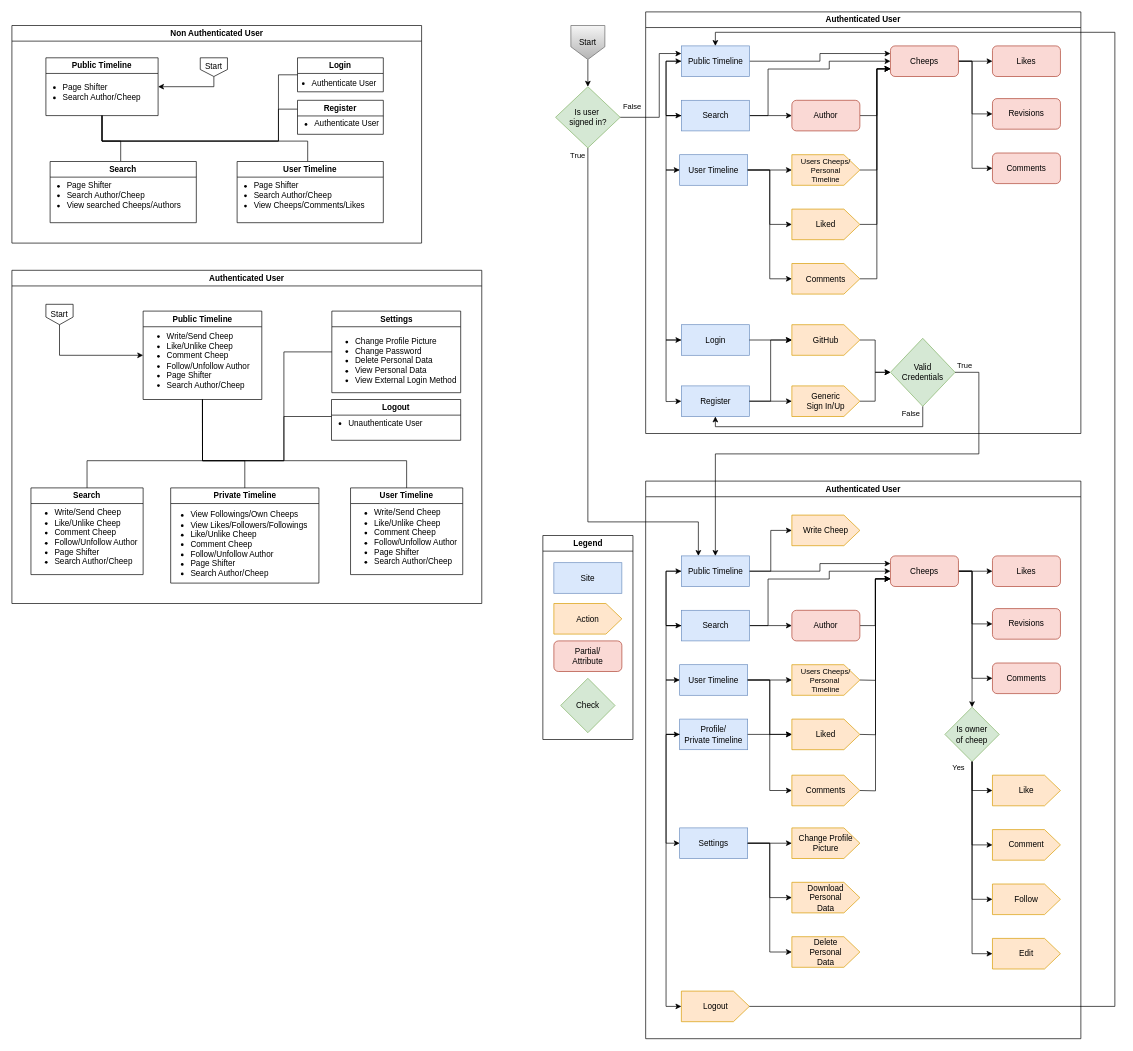
The draw.io diagram docs/diagrams/drawio/UserAcitvityChirp.drawio.xml in ITU-BDSA2024-GROUP17/Chirp, before the edit. Source tidied: cells renumbered, new cells numbered last; positions are measured from the earlier drawing's top-left corner, leaving out a move shared by most shapes. Both pictures are drawn from the tidied source at 68%, with x=0, y=0 at pixel (12, 12).
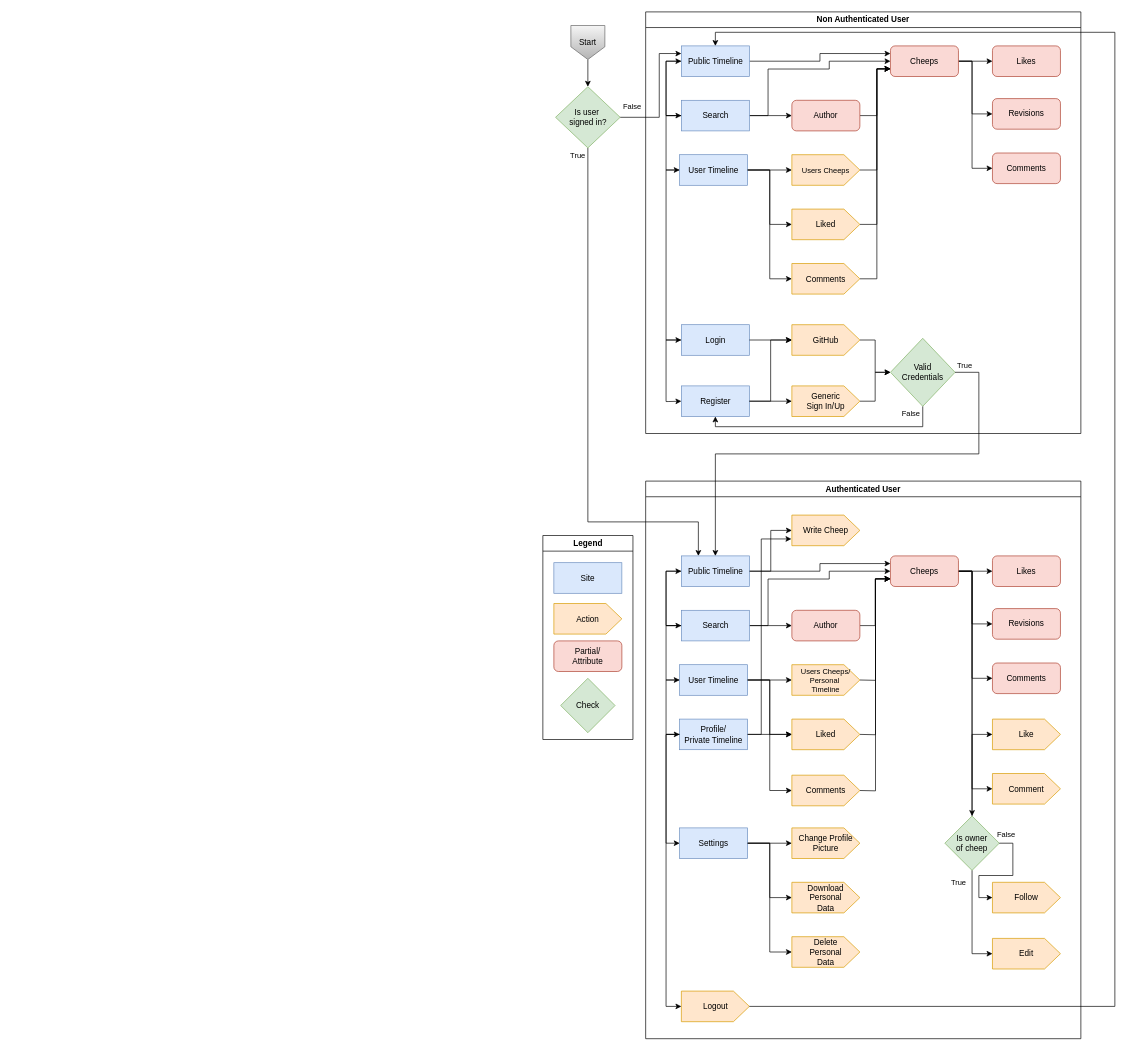
The same diagram, later.

Commit message (it also covers changes not shown here):
updated wrongful diagram

Unchanged cells that the change refers to:
```xml
<mxCell id="44" value="Authenticated User" style="swimlane;whiteSpace=wrap;html=1;" parent="1" vertex="1">
  <mxGeometry x="932" y="690" width="640" height="820" as="geometry" />
</mxCell>
<mxCell id="55" value="Cheeps" style="rounded=1;whiteSpace=wrap;html=1;fillColor=#fad9d5;strokeColor=#ae4132;" parent="44" vertex="1">
  <mxGeometry x="360" y="110" width="100" height="45" as="geometry" />
</mxCell>
<mxCell id="57" value="Profile/&lt;div&gt;Private Timeline&lt;/div&gt;" style="rounded=0;whiteSpace=wrap;html=1;fillColor=#dae8fc;strokeColor=#6c8ebf;" parent="44" vertex="1">
  <mxGeometry x="50" y="350" width="100" height="45" as="geometry" />
</mxCell>
<mxCell id="68" value="Edit" style="shape=singleArrow;whiteSpace=wrap;html=1;arrowWidth=1;arrowSize=0.23466601562500045;fillColor=#ffe6cc;strokeColor=#d79b00;" parent="44" vertex="1">
  <mxGeometry x="510" y="672.5" width="100" height="45" as="geometry" />
</mxCell>
<mxCell id="71" value="Write Cheep" style="shape=singleArrow;whiteSpace=wrap;html=1;arrowWidth=1;arrowSize=0.23466601562500045;fillColor=#ffe6cc;strokeColor=#d79b00;" parent="44" vertex="1">
  <mxGeometry x="215" y="50" width="100" height="45" as="geometry" />
</mxCell>
```

Change to the diagram source:
```diff
@@
-    <mxCell id="2" value="Non Authenticated User" style="swimlane;whiteSpace=wrap;html=1;" parent="1" vertex="1">
-      <mxGeometry y="20" width="602.5" height="320" as="geometry" />
-    </mxCell>
-    <mxCell id="3" value="Public Timeline" style="swimlane;whiteSpace=wrap;html=1;" parent="2" vertex="1">
-      <mxGeometry x="50" y="47.5" width="165" height="85" as="geometry" />
-    </mxCell>
-    <mxCell id="4" value="&lt;ul&gt;&lt;li&gt;Page Shifter&lt;/li&gt;&lt;li&gt;Search Author/Cheep&lt;/li&gt;&lt;/ul&gt;" style="text;html=1;align=left;verticalAlign=middle;strokeColor=none;fillColor=none;spacing=0;" parent="3" vertex="1">
-      <mxGeometry x="-15" y="20" width="170" height="60" as="geometry" />
-    </mxCell>
-    <mxCell id="5" style="edgeStyle=orthogonalEdgeStyle;rounded=0;jettySize=auto;html=1;entryX=0.5;entryY=1;entryDx=0;entryDy=0;endArrow=none;endFill=0;" parent="2" edge="1" source="6" target="3">
-      <mxGeometry relative="1" as="geometry">
-        <Array as="points">
-          <mxPoint x="392" y="123" />
-          <mxPoint x="392" y="170" />
-          <mxPoint x="133" y="170" />
-        </Array>
-      </mxGeometry>
-    </mxCell>
-    <mxCell id="6" value="Register" style="swimlane;whiteSpace=wrap;html=1;" parent="2" vertex="1">
-      <mxGeometry x="420" y="110" width="126.2" height="50" as="geometry" />
-    </mxCell>
-    <mxCell id="7" value="&lt;ul&gt;&lt;li&gt;&lt;span style=&quot;background-color: initial;&quot;&gt;Authenticate User&lt;/span&gt;&lt;/li&gt;&lt;/ul&gt;" style="text;html=1;align=left;verticalAlign=middle;strokeColor=none;fillColor=none;spacing=0;" parent="6" vertex="1">
-      <mxGeometry x="-15.5" y="10" width="150" height="50" as="geometry" />
-    </mxCell>
-    <mxCell id="8" style="edgeStyle=orthogonalEdgeStyle;rounded=0;jettySize=auto;html=1;entryX=0.5;entryY=1;entryDx=0;entryDy=0;endArrow=none;endFill=0;" parent="2" edge="1" source="9" target="3">
-      <mxGeometry relative="1" as="geometry">
-        <Array as="points">
-          <mxPoint x="160" y="170" />
-          <mxPoint x="133" y="170" />
-        </Array>
-      </mxGeometry>
-    </mxCell>
-    <mxCell id="9" value="Search" style="swimlane;whiteSpace=wrap;html=1;" parent="2" vertex="1">
-      <mxGeometry x="56.2" y="200" width="215" height="90" as="geometry" />
-    </mxCell>
-    <mxCell id="10" value="&lt;ul&gt;&lt;li&gt;Page Shifter&lt;/li&gt;&lt;li&gt;Search Author/Cheep&lt;/li&gt;&lt;li&gt;View searched Cheeps/Authors&lt;/li&gt;&lt;/ul&gt;" style="text;html=1;align=left;verticalAlign=middle;strokeColor=none;fillColor=none;spacing=0;" parent="9" vertex="1">
-      <mxGeometry x="-15" y="10" width="230" height="80" as="geometry" />
-    </mxCell>
-    <mxCell id="11" style="edgeStyle=orthogonalEdgeStyle;rounded=0;jettySize=auto;html=1;entryX=0.5;entryY=1;entryDx=0;entryDy=0;endArrow=none;endFill=0;" parent="2" edge="1" source="12" target="3">
-      <mxGeometry relative="1" as="geometry">
-        <Array as="points">
-          <mxPoint x="435" y="170" />
-          <mxPoint x="133" y="170" />
-        </Array>
-      </mxGeometry>
-    </mxCell>
-    <mxCell id="12" value="User Timeline" style="swimlane;whiteSpace=wrap;html=1;" parent="2" vertex="1">
-      <mxGeometry x="331.2" y="200" width="215" height="90" as="geometry" />
-    </mxCell>
-    <mxCell id="13" value="&lt;ul&gt;&lt;li&gt;Page Shifter&lt;/li&gt;&lt;li&gt;Search Author/Cheep&lt;/li&gt;&lt;li&gt;View Cheeps/Comments/Likes&lt;/li&gt;&lt;/ul&gt;" style="text;html=1;align=left;verticalAlign=middle;strokeColor=none;fillColor=none;spacing=0;" parent="12" vertex="1">
-      <mxGeometry x="-15" y="10" width="220" height="80" as="geometry" />
-    </mxCell>
-    <mxCell id="14" style="edgeStyle=orthogonalEdgeStyle;rounded=0;jettySize=auto;html=1;entryX=1;entryY=0.5;entryDx=0;entryDy=0;exitX=0.5;exitY=1;exitDx=0;exitDy=0;" parent="2" edge="1" source="15" target="3">
-      <mxGeometry relative="1" as="geometry">
-        <Array as="points">
-          <mxPoint x="297" y="90" />
-        </Array>
-      </mxGeometry>
-    </mxCell>
-    <mxCell id="15" value="Start" style="shape=offPageConnector;whiteSpace=wrap;html=1;" parent="2" vertex="1">
-      <mxGeometry x="277" y="47.5" width="40" height="27.5" as="geometry" />
-    </mxCell>
-    <mxCell id="16" value="Login" style="swimlane;whiteSpace=wrap;html=1;" parent="2" vertex="1">
-      <mxGeometry x="420" y="47.5" width="126.2" height="50" as="geometry" />
-    </mxCell>
-    <mxCell id="17" value="&lt;ul&gt;&lt;li&gt;&lt;span style=&quot;background-color: initial;&quot;&gt;Authenticate User&lt;/span&gt;&lt;/li&gt;&lt;/ul&gt;" style="text;html=1;align=left;verticalAlign=middle;strokeColor=none;fillColor=none;spacing=0;" parent="16" vertex="1">
-      <mxGeometry x="-19.2" y="12.5" width="150" height="50" as="geometry" />
-    </mxCell>
-    <mxCell id="18" style="edgeStyle=orthogonalEdgeStyle;rounded=0;jettySize=auto;html=1;entryX=0.5;entryY=1;entryDx=0;entryDy=0;endArrow=none;endFill=0;exitX=0;exitY=0.5;exitDx=0;exitDy=0;" parent="2" edge="1" source="16" target="3">
-      <mxGeometry relative="1" as="geometry">
-        <Array as="points">
-          <mxPoint x="392" y="73" />
-          <mxPoint x="392" y="170" />
-          <mxPoint x="132" y="170" />
-          <mxPoint x="132" y="133" />
-        </Array>
-      </mxGeometry>
-    </mxCell>
-    <mxCell id="19" value="Authenticated User" style="swimlane;whiteSpace=wrap;html=1;" parent="1" vertex="1">
-      <mxGeometry y="380" width="691" height="490" as="geometry" />
-    </mxCell>
-    <mxCell id="20" value="Public Timeline" style="swimlane;whiteSpace=wrap;html=1;" parent="19" vertex="1">
-      <mxGeometry x="193" y="60" width="174.5" height="130" as="geometry" />
-    </mxCell>
-    <mxCell id="21" value="&lt;ul&gt;&lt;li&gt;Write/Send Cheep&lt;/li&gt;&lt;li&gt;Like/Unlike Cheep&lt;/li&gt;&lt;li&gt;Comment Cheep&lt;/li&gt;&lt;li&gt;Follow/Unfollow Author&lt;/li&gt;&lt;li&gt;Page Shifter&lt;/li&gt;&lt;li&gt;Search Author/Cheep&lt;/li&gt;&lt;/ul&gt;" style="text;html=1;align=left;verticalAlign=middle;strokeColor=none;fillColor=none;spacing=0;strokeWidth=1;fontSize=12;" parent="20" vertex="1">
-      <mxGeometry x="-5.5" y="12.5" width="180" height="120" as="geometry" />
-    </mxCell>
-    <mxCell id="22" value="Start" style="shape=offPageConnector;whiteSpace=wrap;html=1;" parent="19" vertex="1">
-      <mxGeometry x="50" y="50" width="40" height="30" as="geometry" />
-    </mxCell>
-    <mxCell id="23" style="edgeStyle=orthogonalEdgeStyle;rounded=0;jettySize=auto;html=1;entryX=0.5;entryY=1;entryDx=0;entryDy=0;endArrow=none;endFill=0;" parent="19" edge="1" source="24" target="20">
-      <mxGeometry relative="1" as="geometry">
-        <Array as="points">
-          <mxPoint x="111" y="280" />
-          <mxPoint x="280" y="280" />
-        </Array>
-      </mxGeometry>
-    </mxCell>
-    <mxCell id="24" value="Search" style="swimlane;whiteSpace=wrap;html=1;" parent="19" vertex="1">
-      <mxGeometry x="28" y="320" width="165" height="127.5" as="geometry" />
-    </mxCell>
-    <mxCell id="25" value="&lt;ul&gt;&lt;li&gt;Write/Send Cheep&lt;/li&gt;&lt;li&gt;Like/Unlike Cheep&lt;/li&gt;&lt;li&gt;Comment Cheep&lt;/li&gt;&lt;li&gt;Follow/Unfollow Author&lt;/li&gt;&lt;li&gt;Page Shifter&lt;/li&gt;&lt;li&gt;Search Author/Cheep&lt;/li&gt;&lt;/ul&gt;" style="text;html=1;align=left;verticalAlign=middle;strokeColor=none;fillColor=none;spacing=0;" parent="24" vertex="1">
-      <mxGeometry x="-5.5" y="12.5" width="180" height="120" as="geometry" />
-    </mxCell>
-    <mxCell id="26" style="edgeStyle=orthogonalEdgeStyle;rounded=0;jettySize=auto;html=1;entryX=0.5;entryY=1;entryDx=0;entryDy=0;endArrow=none;endFill=0;" parent="19" edge="1" source="27" target="20">
-      <mxGeometry relative="1" as="geometry">
-        <Array as="points">
-          <mxPoint x="581" y="280" />
-          <mxPoint x="280" y="280" />
-        </Array>
-      </mxGeometry>
-    </mxCell>
-    <mxCell id="27" value="User Timeline" style="swimlane;whiteSpace=wrap;html=1;" parent="19" vertex="1">
-      <mxGeometry x="498" y="320" width="165" height="127.5" as="geometry" />
-    </mxCell>
-    <mxCell id="28" value="&lt;ul&gt;&lt;li&gt;Write/Send Cheep&lt;/li&gt;&lt;li&gt;Like/Unlike Cheep&lt;/li&gt;&lt;li&gt;Comment Cheep&lt;/li&gt;&lt;li&gt;Follow/Unfollow Author&lt;/li&gt;&lt;li&gt;Page Shifter&lt;/li&gt;&lt;li&gt;Search Author/Cheep&lt;/li&gt;&lt;/ul&gt;" style="text;html=1;align=left;verticalAlign=middle;strokeColor=none;fillColor=none;spacing=0;" parent="27" vertex="1">
-      <mxGeometry x="-5.5" y="12.5" width="180" height="120" as="geometry" />
-    </mxCell>
-    <mxCell id="29" style="edgeStyle=orthogonalEdgeStyle;rounded=0;jettySize=auto;html=1;entryX=0.5;entryY=1;entryDx=0;entryDy=0;endArrow=none;endFill=0;" parent="19" edge="1" source="30" target="20">
-      <mxGeometry relative="1" as="geometry">
-        <Array as="points">
-          <mxPoint x="343" y="280" />
-          <mxPoint x="280" y="280" />
-        </Array>
-      </mxGeometry>
-    </mxCell>
-    <mxCell id="30" value="Private Timeline" style="swimlane;whiteSpace=wrap;html=1;" parent="19" vertex="1">
-      <mxGeometry x="233.5" y="320" width="218" height="140" as="geometry" />
-    </mxCell>
-    <mxCell id="31" value="&lt;ul&gt;&lt;li&gt;View Followings/Own Cheeps&lt;/li&gt;&lt;li&gt;View Likes/Followers/Followings&lt;/li&gt;&lt;li&gt;Like/Unlike Cheep&lt;/li&gt;&lt;li&gt;Comment Cheep&lt;/li&gt;&lt;li&gt;Follow/Unfollow Author&lt;/li&gt;&lt;li&gt;Page Shifter&lt;/li&gt;&lt;li&gt;Search Author/Cheep&lt;/li&gt;&lt;/ul&gt;" style="text;html=1;align=left;verticalAlign=middle;strokeColor=none;fillColor=none;spacing=0;" parent="30" vertex="1">
-      <mxGeometry x="-11" y="17.5" width="230" height="130" as="geometry" />
-    </mxCell>
-    <mxCell id="32" style="edgeStyle=orthogonalEdgeStyle;rounded=0;jettySize=auto;html=1;entryX=0.5;entryY=1;entryDx=0;entryDy=0;endArrow=none;endFill=0;" parent="19" edge="1" source="33" target="20">
-      <mxGeometry relative="1" as="geometry">
-        <Array as="points">
-          <mxPoint x="400" y="120" />
-          <mxPoint x="400" y="280" />
-          <mxPoint x="280" y="280" />
-        </Array>
-      </mxGeometry>
-    </mxCell>
-    <mxCell id="33" value="Settings" style="swimlane;whiteSpace=wrap;html=1;" parent="19" vertex="1">
-      <mxGeometry x="470.5" y="60" width="189.5" height="120" as="geometry" />
-    </mxCell>
-    <mxCell id="34" value="&lt;ul&gt;&lt;li&gt;Change Profile Picture&lt;/li&gt;&lt;li&gt;Change Password&lt;/li&gt;&lt;li&gt;Delete Personal Data&lt;/li&gt;&lt;li&gt;View Personal Data&lt;/li&gt;&lt;li&gt;View External Login Method&lt;/li&gt;&lt;/ul&gt;" style="text;html=1;align=left;verticalAlign=middle;strokeColor=none;fillColor=none;spacing=0;" parent="33" vertex="1">
-      <mxGeometry x="-5.5" y="17.5" width="210" height="110" as="geometry" />
-    </mxCell>
-    <mxCell id="35" style="edgeStyle=orthogonalEdgeStyle;rounded=0;jettySize=auto;html=1;exitX=0.5;exitY=1;exitDx=0;exitDy=0;entryX=0;entryY=0.5;entryDx=0;entryDy=0;" parent="19" edge="1" source="22" target="20">
-      <mxGeometry relative="1" as="geometry" />
-    </mxCell>
-    <mxCell id="36" style="edgeStyle=orthogonalEdgeStyle;rounded=0;jettySize=auto;html=1;entryX=0.5;entryY=1;entryDx=0;entryDy=0;endArrow=none;endFill=0;" parent="19" edge="1" source="37" target="20">
-      <mxGeometry relative="1" as="geometry">
-        <Array as="points">
-          <mxPoint x="400" y="215" />
-          <mxPoint x="400" y="280" />
-          <mxPoint x="280" y="280" />
-        </Array>
-      </mxGeometry>
-    </mxCell>
-    <mxCell id="37" value="Logout" style="swimlane;whiteSpace=wrap;html=1;" parent="19" vertex="1">
-      <mxGeometry x="470" y="190" width="190" height="60" as="geometry" />
-    </mxCell>
-    <mxCell id="38" value="&lt;ul&gt;&lt;li&gt;&lt;span style=&quot;background-color: initial;&quot;&gt;Unauthenticate User&lt;/span&gt;&lt;/li&gt;&lt;/ul&gt;" style="text;html=1;align=left;verticalAlign=middle;strokeColor=none;fillColor=none;spacing=0;" parent="37" vertex="1">
-      <mxGeometry x="-15.5" y="10" width="170" height="50" as="geometry" />
-    </mxCell>
@@
     <mxCell id="48" value="Like" style="shape=singleArrow;whiteSpace=wrap;html=1;arrowWidth=1;arrowSize=0.23466601562500045;fillColor=#ffe6cc;strokeColor=#d79b00;" parent="44" vertex="1">
-      <mxGeometry x="510" y="432.5" width="100" height="45" as="geometry" />
+      <mxGeometry x="510" y="350" width="100" height="45" as="geometry" />
     </mxCell>
     <mxCell id="49" value="Comment" style="shape=singleArrow;whiteSpace=wrap;html=1;arrowWidth=1;arrowSize=0.23466601562500045;fillColor=#ffe6cc;strokeColor=#d79b00;" parent="44" vertex="1">
-      <mxGeometry x="510" y="512.5" width="100" height="45" as="geometry" />
+      <mxGeometry x="510" y="430" width="100" height="45" as="geometry" />
     </mxCell>
     <mxCell id="50" value="Follow" style="shape=singleArrow;whiteSpace=wrap;html=1;arrowWidth=1;arrowSize=0.23466601562500045;fillColor=#ffe6cc;strokeColor=#d79b00;" parent="44" vertex="1">
-      <mxGeometry x="510" y="592.5" width="100" height="45" as="geometry" />
+      <mxGeometry x="510" y="590" width="100" height="45" as="geometry" />
     </mxCell>
@@
     <mxCell id="84" value="Is owner&lt;div&gt;of cheep&lt;/div&gt;" style="rhombus;whiteSpace=wrap;html=1;fillColor=#d5e8d4;strokeColor=#82b366;" parent="44" vertex="1">
-      <mxGeometry x="440" y="332.5" width="80" height="80" as="geometry" />
+      <mxGeometry x="440" y="492.5" width="80" height="80" as="geometry" />
     </mxCell>
@@
-    <mxCell id="86" value="Yes" style="edgeStyle=orthogonalEdgeStyle;rounded=0;jettySize=auto;html=1;entryX=0;entryY=0.5;entryDx=0;entryDy=0;entryPerimeter=0;" parent="44" edge="1" source="84" target="49">
-      <mxGeometry x="-0.9" y="-20" relative="1" as="geometry" />
-    </mxCell>
-    <mxCell id="87" style="edgeStyle=orthogonalEdgeStyle;rounded=0;jettySize=auto;html=1;entryX=0;entryY=0.5;entryDx=0;entryDy=0;entryPerimeter=0;" parent="44" edge="1" source="84" target="50">
-      <mxGeometry relative="1" as="geometry" />
+    <mxCell id="87" value="False" style="edgeStyle=orthogonalEdgeStyle;rounded=0;jettySize=auto;html=1;entryX=0;entryY=0.5;entryDx=0;entryDy=0;entryPerimeter=0;exitX=1;exitY=0.5;exitDx=0;exitDy=0;" parent="44" edge="1" source="84" target="50">
+      <mxGeometry x="-0.88" y="13" relative="1" as="geometry">
+        <Array as="points">
+          <mxPoint x="540" y="533" />
+          <mxPoint x="540" y="580" />
+          <mxPoint x="490" y="580" />
+          <mxPoint x="490" y="613" />
+        </Array>
+      </mxGeometry>
     </mxCell>
-    <mxCell id="88" style="edgeStyle=orthogonalEdgeStyle;rounded=0;jettySize=auto;html=1;entryX=0;entryY=0.5;entryDx=0;entryDy=0;entryPerimeter=0;" parent="44" edge="1" source="84" target="68">
-      <mxGeometry relative="1" as="geometry" />
+    <mxCell id="88" value="True" style="edgeStyle=orthogonalEdgeStyle;rounded=0;jettySize=auto;html=1;entryX=0;entryY=0.5;entryDx=0;entryDy=0;entryPerimeter=0;" parent="44" edge="1" source="84" target="68">
+      <mxGeometry x="-0.77" y="-20" relative="1" as="geometry" />
     </mxCell>
@@
+    <mxCell id="145" style="edgeStyle=orthogonalEdgeStyle;rounded=0;jettySize=auto;html=1;entryX=0;entryY=0.5;entryDx=0;entryDy=0;entryPerimeter=0;" parent="44" edge="1" source="55" target="49">
+      <mxGeometry relative="1" as="geometry">
+        <Array as="points">
+          <mxPoint x="480" y="133" />
+          <mxPoint x="480" y="453" />
+        </Array>
+      </mxGeometry>
+    </mxCell>
+    <mxCell id="146" style="edgeStyle=orthogonalEdgeStyle;rounded=0;jettySize=auto;html=1;entryX=-0.007;entryY=0.779;entryDx=0;entryDy=0;entryPerimeter=0;" parent="44" edge="1" source="57" target="71">
+      <mxGeometry relative="1" as="geometry">
+        <Array as="points">
+          <mxPoint x="170" y="373" />
+          <mxPoint x="170" y="85" />
+        </Array>
+      </mxGeometry>
+    </mxCell>
-    <mxCell id="97" value="Authenticated User" style="swimlane;whiteSpace=wrap;html=1;" parent="1" vertex="1">
+    <mxCell id="97" value="Non Authenticated User" style="swimlane;whiteSpace=wrap;html=1;" parent="1" vertex="1">
       <mxGeometry x="932" width="640" height="620" as="geometry" />
     </mxCell>
@@
-    <mxCell id="134" value="Users Cheeps/&lt;div&gt;Personal&lt;/div&gt;&lt;div&gt;Timeline&lt;/div&gt;" style="shape=singleArrow;whiteSpace=wrap;html=1;arrowWidth=1;arrowSize=0.23466601562500045;fillColor=#ffe6cc;strokeColor=#d79b00;fontSize=11;" parent="97" vertex="1">
+    <mxCell id="134" value="Users Cheeps" style="shape=singleArrow;whiteSpace=wrap;html=1;arrowWidth=1;arrowSize=0.23466601562500045;fillColor=#ffe6cc;strokeColor=#d79b00;fontSize=11;" parent="97" vertex="1">
       <mxGeometry x="215" y="210" width="100" height="45" as="geometry" />
     </mxCell>
```
